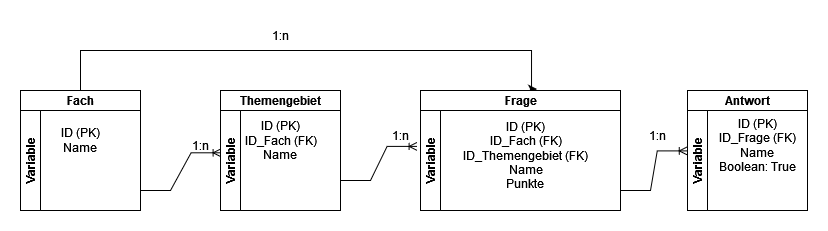
Above: Report/DatenbankModell/DatenbankMOdell_Fragen_und_Antworten.drawio.png in Hinotori91/Exam-CRUD-Backend (draw.io), before the change. Source tidied: cells renumbered, new cells last; positions are measured from the earlier drawing's top-left corner, leaving out a move shared by most shapes. Its diagram source:
```xml
<mxGraphModel>
  <root>
    <mxCell id="0" />
    <mxCell id="1" parent="0" />
    <mxCell id="2" style="edgeStyle=orthogonalEdgeStyle;rounded=0;jettySize=auto;html=1;entryX=0.583;entryY=-0.012;entryDx=0;entryDy=0;entryPerimeter=0;" parent="1" edge="1" source="3" target="9">
      <mxGeometry relative="1" as="geometry">
        <Array as="points">
          <mxPoint x="60" y="30" />
          <mxPoint x="511" y="30" />
        </Array>
      </mxGeometry>
    </mxCell>
    <mxCell id="3" value="Fach" style="swimlane;horizontal=1;startSize=20;html=1;" parent="1" vertex="1">
      <mxGeometry y="70" width="120" height="120" as="geometry" />
    </mxCell>
    <mxCell id="4" value="&lt;div&gt;Variable&lt;/div&gt;" style="swimlane;startSize=20;horizontal=0;html=1;" parent="3" vertex="1">
      <mxGeometry y="20" width="120" height="100" as="geometry" />
    </mxCell>
    <mxCell id="5" value="&lt;div&gt;ID (PK)&lt;br&gt;&lt;/div&gt;&lt;div&gt;Name&lt;br&gt;&lt;/div&gt;" style="text;html=1;align=center;verticalAlign=middle;strokeColor=none;fillColor=none;" parent="4" vertex="1">
      <mxGeometry x="30" y="10" width="60" height="40" as="geometry" />
    </mxCell>
    <mxCell id="6" value="Themengebiet" style="swimlane;horizontal=1;startSize=20;html=1;" parent="1" vertex="1">
      <mxGeometry x="200" y="70" width="120" height="120" as="geometry" />
    </mxCell>
    <mxCell id="7" value="&lt;div&gt;Variable&lt;/div&gt;" style="swimlane;startSize=20;horizontal=0;html=1;" parent="6" vertex="1">
      <mxGeometry y="20" width="120" height="100" as="geometry" />
    </mxCell>
    <mxCell id="8" value="&lt;div&gt;ID (PK)&lt;br&gt;&lt;/div&gt;&lt;div&gt;ID_Fach (FK)&lt;br&gt;&lt;/div&gt;&lt;div&gt;Name&lt;br&gt;&lt;/div&gt;" style="text;html=1;align=center;verticalAlign=middle;strokeColor=none;fillColor=none;" parent="7" vertex="1">
      <mxGeometry x="10" width="100" height="60" as="geometry" />
    </mxCell>
    <mxCell id="9" value="Frage" style="swimlane;horizontal=1;startSize=20;html=1;" parent="1" vertex="1">
      <mxGeometry x="400" y="70" width="200" height="120" as="geometry" />
    </mxCell>
    <mxCell id="10" value="&lt;div&gt;Variable&lt;/div&gt;" style="swimlane;startSize=20;horizontal=0;html=1;" parent="9" vertex="1">
      <mxGeometry y="20" width="200" height="100" as="geometry" />
    </mxCell>
    <mxCell id="11" value="&lt;div&gt;ID (PK)&lt;/div&gt;&lt;div&gt;ID_Fach (FK)&lt;/div&gt;&lt;div&gt;ID_Themengebiet (FK)&lt;br&gt;&lt;/div&gt;&lt;div&gt;Name&lt;/div&gt;&lt;div&gt;Punkte&lt;br&gt;&lt;/div&gt;" style="text;html=1;align=center;verticalAlign=middle;strokeColor=none;fillColor=none;" parent="10" vertex="1">
      <mxGeometry x="30" width="150" height="90" as="geometry" />
    </mxCell>
    <mxCell id="12" value="Antwort" style="swimlane;horizontal=1;startSize=20;html=1;" parent="1" vertex="1">
      <mxGeometry x="667" y="70" width="120" height="120" as="geometry" />
    </mxCell>
    <mxCell id="13" value="&lt;div&gt;Variable&lt;/div&gt;" style="swimlane;startSize=20;horizontal=0;html=1;" parent="12" vertex="1">
      <mxGeometry y="20" width="120" height="100" as="geometry" />
    </mxCell>
    <mxCell id="14" value="&lt;div&gt;ID (PK)&lt;/div&gt;&lt;div&gt;ID_Frage (FK)&lt;br&gt;&lt;/div&gt;&lt;div&gt;Name&lt;br&gt;&lt;/div&gt;&lt;div&gt;Boolean: True&lt;br&gt;&lt;/div&gt;" style="text;html=1;align=center;verticalAlign=middle;strokeColor=none;fillColor=none;" parent="13" vertex="1">
      <mxGeometry x="20" width="100" height="70" as="geometry" />
    </mxCell>
    <mxCell id="15" value="1:n" style="text;html=1;strokeColor=none;fillColor=none;align=center;verticalAlign=middle;whiteSpace=wrap;rounded=0;" parent="1" vertex="1">
      <mxGeometry x="150" y="110" width="60" height="30" as="geometry" />
    </mxCell>
    <mxCell id="16" value="1:n" style="text;html=1;strokeColor=none;fillColor=none;align=center;verticalAlign=middle;whiteSpace=wrap;rounded=0;" parent="1" vertex="1">
      <mxGeometry x="350" y="100" width="60" height="30" as="geometry" />
    </mxCell>
    <mxCell id="17" value="1:n" style="text;html=1;strokeColor=none;fillColor=none;align=center;verticalAlign=middle;whiteSpace=wrap;rounded=0;" parent="1" vertex="1">
      <mxGeometry x="607" y="100" width="60" height="30" as="geometry" />
    </mxCell>
    <mxCell id="18" value="1:n" style="text;html=1;strokeColor=none;fillColor=none;align=center;verticalAlign=middle;whiteSpace=wrap;rounded=0;" parent="1" vertex="1">
      <mxGeometry x="230" width="60" height="30" as="geometry" />
    </mxCell>
    <mxCell id="19" style="edgeStyle=entityRelationEdgeStyle;fontSize=12;html=1;endArrow=ERoneToMany;rounded=0;entryX=0.005;entryY=0.423;entryDx=0;entryDy=0;entryPerimeter=0;" parent="1" edge="1" target="7">
      <mxGeometry relative="1" as="geometry">
        <mxPoint x="120" y="170" as="sourcePoint" />
      </mxGeometry>
    </mxCell>
    <mxCell id="20" style="edgeStyle=entityRelationEdgeStyle;fontSize=12;html=1;endArrow=ERoneToMany;rounded=0;entryX=-0.017;entryY=0.359;entryDx=0;entryDy=0;entryPerimeter=0;" parent="1" edge="1" target="10">
      <mxGeometry relative="1" as="geometry">
        <mxPoint x="320" y="160" as="sourcePoint" />
      </mxGeometry>
    </mxCell>
    <mxCell id="21" style="edgeStyle=entityRelationEdgeStyle;fontSize=12;html=1;endArrow=ERoneToMany;rounded=0;entryX=-0.002;entryY=0.404;entryDx=0;entryDy=0;entryPerimeter=0;" parent="1" edge="1" target="13">
      <mxGeometry relative="1" as="geometry">
        <mxPoint x="600" y="170" as="sourcePoint" />
      </mxGeometry>
    </mxCell>
  </root>
</mxGraphModel>
```
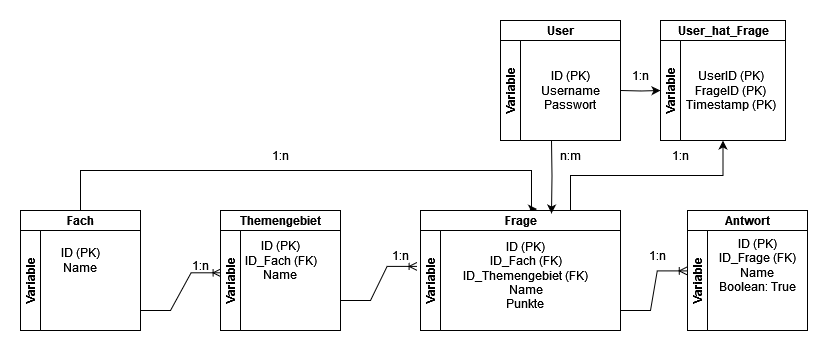
After the change.

What changed in the source:
```diff
@@ -28,6 +28,9 @@
     <mxCell id="8" value="&lt;div&gt;ID (PK)&lt;br&gt;&lt;/div&gt;&lt;div&gt;ID_Fach (FK)&lt;br&gt;&lt;/div&gt;&lt;div&gt;Name&lt;br&gt;&lt;/div&gt;" style="text;html=1;align=center;verticalAlign=middle;strokeColor=none;fillColor=none;" parent="7" vertex="1">
       <mxGeometry x="10" width="100" height="60" as="geometry" />
     </mxCell>
+    <mxCell id="22" style="edgeStyle=orthogonalEdgeStyle;rounded=0;jettySize=auto;html=1;exitX=0.75;exitY=0;exitDx=0;exitDy=0;entryX=0.5;entryY=1;entryDx=0;entryDy=0;" parent="1" edge="1" source="9" target="27">
+      <mxGeometry relative="1" as="geometry" />
+    </mxCell>
     <mxCell id="9" value="Frage" style="swimlane;horizontal=1;startSize=20;html=1;" parent="1" vertex="1">
       <mxGeometry x="400" y="70" width="200" height="120" as="geometry" />
     </mxCell>
@@ -73,5 +76,43 @@
         <mxPoint x="600" y="170" as="sourcePoint" />
       </mxGeometry>
     </mxCell>
+    <mxCell id="23" value="User" style="swimlane;horizontal=1;startSize=20;html=1;" parent="1" vertex="1">
+      <mxGeometry x="480" y="-120" width="120" height="120" as="geometry" />
+    </mxCell>
+    <mxCell id="24" value="&lt;div&gt;Variable&lt;/div&gt;" style="swimlane;startSize=20;horizontal=0;html=1;" parent="23" vertex="1">
+      <mxGeometry y="20" width="120" height="100" as="geometry" />
+    </mxCell>
+    <mxCell id="25" value="&lt;div&gt;ID (PK)&lt;br&gt;&lt;/div&gt;&lt;div&gt;Username&lt;/div&gt;&lt;div&gt;Passwort&lt;br&gt;&lt;/div&gt;" style="text;html=1;align=center;verticalAlign=middle;strokeColor=none;fillColor=none;" parent="24" vertex="1">
+      <mxGeometry x="30" y="20" width="80" height="60" as="geometry" />
+    </mxCell>
+    <mxCell id="26" value="User_hat_Frage" style="swimlane;horizontal=1;startSize=20;html=1;" parent="1" vertex="1">
+      <mxGeometry x="640" y="-120" width="125" height="120" as="geometry" />
+    </mxCell>
+    <mxCell id="27" value="&lt;div&gt;Variable&lt;/div&gt;" style="swimlane;startSize=20;horizontal=0;html=1;" parent="26" vertex="1">
+      <mxGeometry y="20" width="125" height="100" as="geometry" />
+    </mxCell>
+    <mxCell id="28" value="&lt;div&gt;UserID (PK)&lt;/div&gt;&lt;div&gt;FrageID (PK)&lt;/div&gt;&lt;div&gt;Timestamp (PK)&lt;br&gt;&lt;/div&gt;" style="text;html=1;align=center;verticalAlign=middle;strokeColor=none;fillColor=none;" parent="27" vertex="1">
+      <mxGeometry x="15" y="20" width="110" height="60" as="geometry" />
+    </mxCell>
+    <mxCell id="29" style="edgeStyle=orthogonalEdgeStyle;rounded=0;jettySize=auto;html=1;entryX=0.655;entryY=0.025;entryDx=0;entryDy=0;entryPerimeter=0;" parent="1" edge="1" target="9">
+      <mxGeometry relative="1" as="geometry">
+        <mxPoint x="531" as="sourcePoint" />
+      </mxGeometry>
+    </mxCell>
+    <mxCell id="30" value="n:m" style="text;html=1;strokeColor=none;fillColor=none;align=center;verticalAlign=middle;whiteSpace=wrap;rounded=0;" parent="1" vertex="1">
+      <mxGeometry x="520" width="60" height="30" as="geometry" />
+    </mxCell>
+    <mxCell id="31" style="edgeStyle=orthogonalEdgeStyle;rounded=0;orthogonalLoop=1;jettySize=auto;html=1;" parent="1" edge="1">
+      <mxGeometry relative="1" as="geometry">
+        <mxPoint x="600" y="-50" as="sourcePoint" />
+        <mxPoint x="640" y="-50" as="targetPoint" />
+      </mxGeometry>
+    </mxCell>
+    <mxCell id="32" value="1:n" style="text;html=1;strokeColor=none;fillColor=none;align=center;verticalAlign=middle;whiteSpace=wrap;rounded=0;" parent="1" vertex="1">
+      <mxGeometry x="590" y="-80" width="60" height="30" as="geometry" />
+    </mxCell>
+    <mxCell id="33" value="1:n" style="text;html=1;strokeColor=none;fillColor=none;align=center;verticalAlign=middle;whiteSpace=wrap;rounded=0;" parent="1" vertex="1">
+      <mxGeometry x="630" width="60" height="30" as="geometry" />
+    </mxCell>
   </root>
 </mxGraphModel>
```
